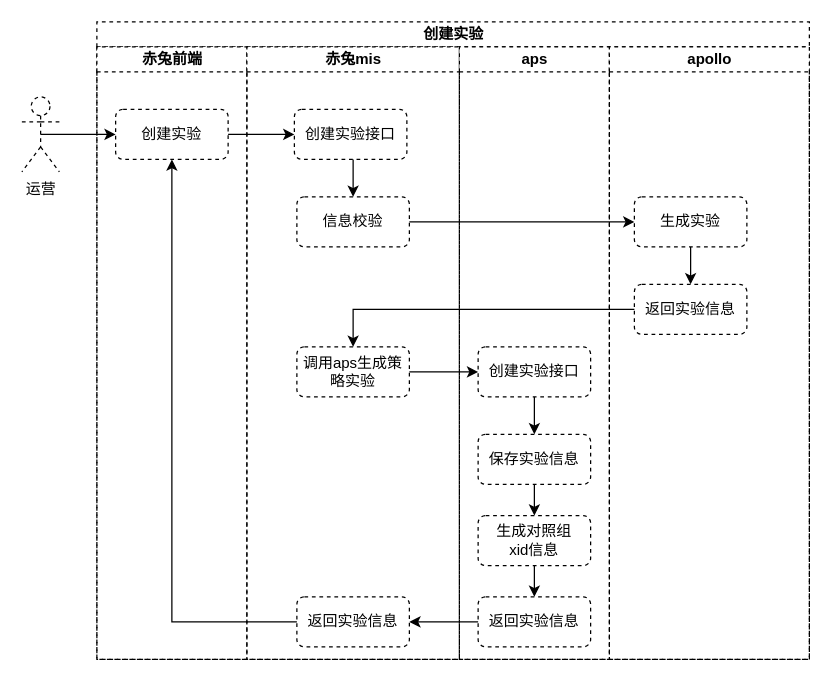
This is page "创建实验" (8 of 9) of aps.drawio from songshiyun/drawio, a draw.io file, before an edit. Source tidied: cells renumbered, new cells numbered last; positions are measured from the earlier drawing's top-left corner, leaving out a move shared by most shapes. Both pictures are drawn from the tidied source at 125%, with x=0, y=0 at pixel (21, 21).
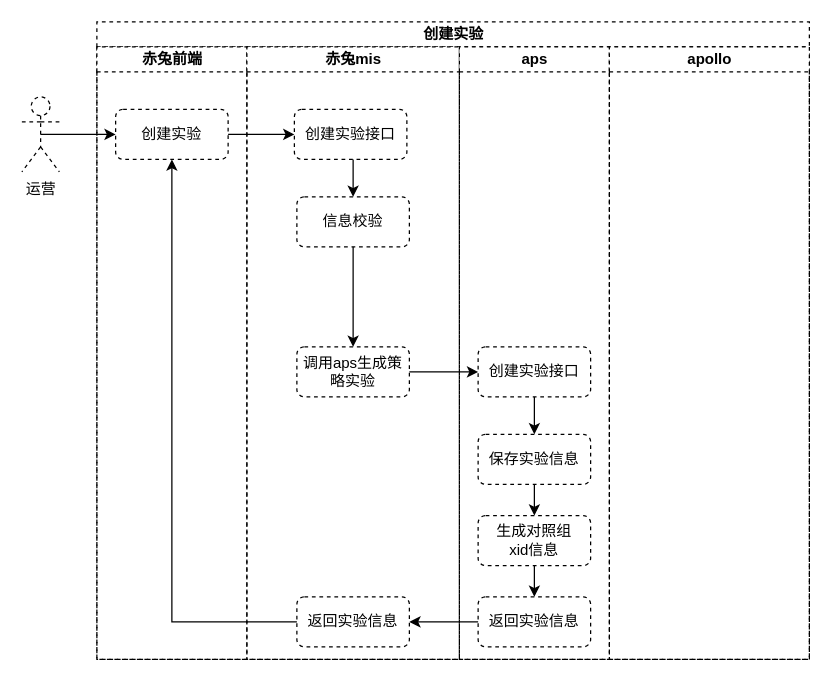
Above is the later version.

Unchanged cells that the change refers to:
```xml
<mxCell id="2" value="创建实验" style="swimlane;startSize=20;html=1;dashed=1;" parent="1" vertex="1">
  <mxGeometry x="60" width="570" height="510" as="geometry" />
</mxCell>
<mxCell id="5" value="赤兔mis" style="swimlane;startSize=20;html=1;dashed=1;" parent="2" vertex="1">
  <mxGeometry x="120" y="20" width="170" height="490" as="geometry" />
</mxCell>
<mxCell id="8" value="信息校验" style="rounded=1;whiteSpace=wrap;html=1;dashed=1;" parent="5" vertex="1">
  <mxGeometry x="40" y="120" width="90" height="40" as="geometry" />
</mxCell>
<mxCell id="9" value="调用aps生成策略实验" style="rounded=1;whiteSpace=wrap;html=1;dashed=1;" parent="5" vertex="1">
  <mxGeometry x="40" y="240" width="90" height="40" as="geometry" />
</mxCell>
<mxCell id="19" value="apollo" style="swimlane;startSize=20;html=1;dashed=1;" parent="2" vertex="1">
  <mxGeometry x="410" y="20" width="160" height="490" as="geometry" />
</mxCell>
```

Diff of the diagram source:
```diff
@@
+    <mxCell id="31" style="edgeStyle=orthogonalEdgeStyle;rounded=0;jettySize=auto;html=1;exitX=0.5;exitY=1;exitDx=0;exitDy=0;" parent="5" edge="1" source="8" target="9">
+      <mxGeometry relative="1" as="geometry" />
+    </mxCell>
@@
-    <mxCell id="20" style="edgeStyle=orthogonalEdgeStyle;rounded=0;jettySize=auto;html=1;exitX=0.5;exitY=1;exitDx=0;exitDy=0;entryX=0.5;entryY=0;entryDx=0;entryDy=0;" parent="19" edge="1" source="21" target="22">
-      <mxGeometry relative="1" as="geometry" />
-    </mxCell>
-    <mxCell id="21" value="生成实验" style="rounded=1;whiteSpace=wrap;html=1;dashed=1;" parent="19" vertex="1">
-      <mxGeometry x="20" y="120" width="90" height="40" as="geometry" />
-    </mxCell>
-    <mxCell id="22" value="返回实验信息" style="rounded=1;whiteSpace=wrap;html=1;dashed=1;" parent="19" vertex="1">
-      <mxGeometry x="20" y="190" width="90" height="40" as="geometry" />
-    </mxCell>
@@
-    <mxCell id="24" style="edgeStyle=orthogonalEdgeStyle;rounded=0;jettySize=auto;html=1;exitX=1;exitY=0.5;exitDx=0;exitDy=0;entryX=0;entryY=0.5;entryDx=0;entryDy=0;" parent="2" edge="1" source="8" target="21">
-      <mxGeometry relative="1" as="geometry" />
-    </mxCell>
-    <mxCell id="25" style="edgeStyle=orthogonalEdgeStyle;rounded=0;jettySize=auto;html=1;exitX=0;exitY=0.5;exitDx=0;exitDy=0;entryX=0.5;entryY=0;entryDx=0;entryDy=0;" parent="2" edge="1" source="22" target="9">
-      <mxGeometry relative="1" as="geometry" />
-    </mxCell>
```
